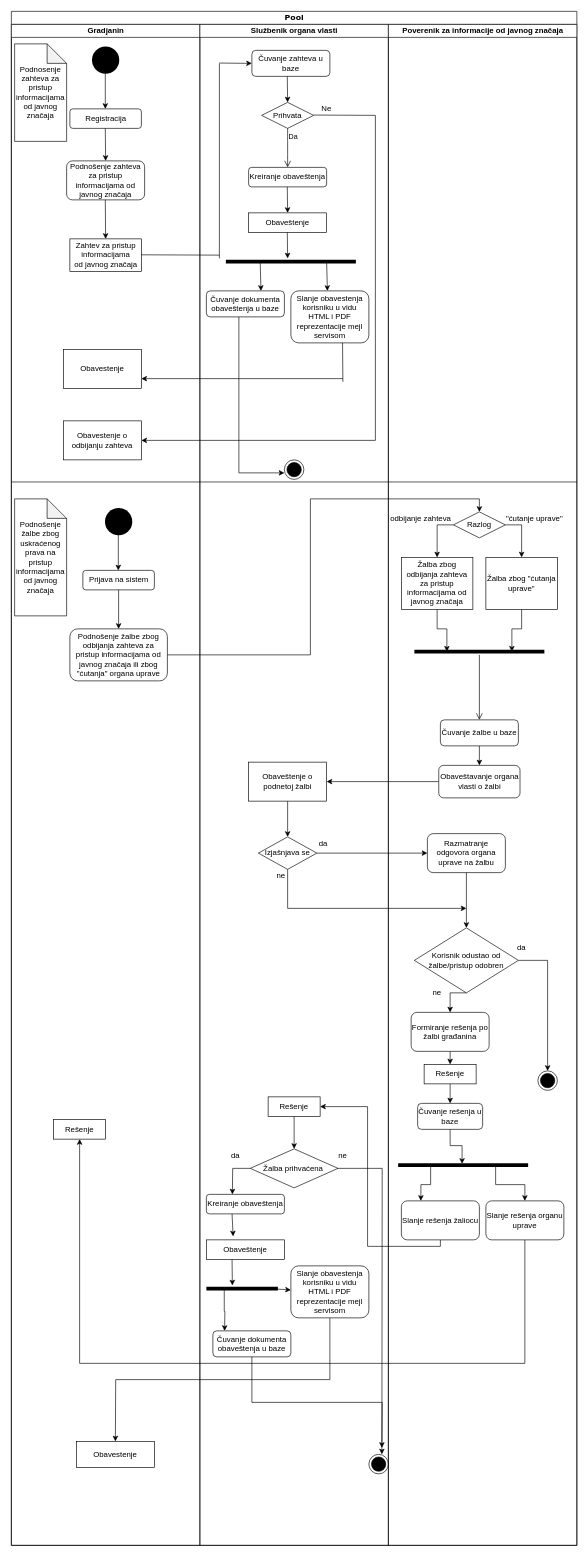
Above: Poslovni procesi/poslovni_procesi.drawio in vukovic98/xml_veb_servisi (draw.io), before the change. Source tidied: cells renumbered, new cells numbered last; positions are measured from the earlier drawing's top-left corner, leaving out a move shared by most shapes. Both pictures are drawn from the tidied source at 65%, with x=0, y=0 at pixel (11, 11).
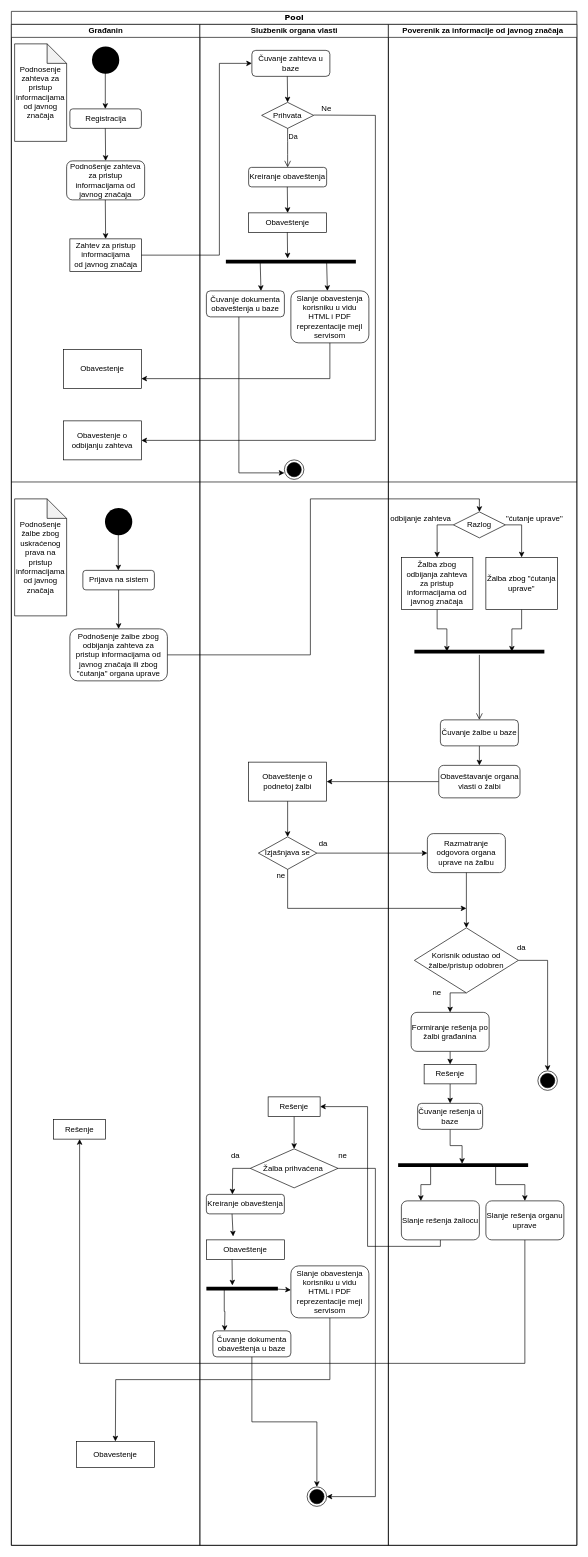
The same diagram, later.

Unchanged cells that the change refers to:
```xml
<mxCell id="2" value="Pool" style="swimlane;html=1;startSize=20;rounded=0;shadow=0;comic=0;labelBackgroundColor=none;strokeWidth=1;fontFamily=Verdana;fontSize=12;align=center;" parent="1" vertex="1">
  <mxGeometry width="870" height="2360" as="geometry" />
</mxCell>
<mxCell id="10" value="Zahtev za pristup &lt;br&gt;informacijama &lt;br&gt;od javnog značaja" style="html=1;rounded=0;strokeColor=#000000;" parent="3" vertex="1">
  <mxGeometry x="90" y="330" width="110" height="50" as="geometry" />
</mxCell>
<mxCell id="13" value="Obavestenje" style="rounded=0;whiteSpace=wrap;html=1;strokeColor=#000000;fillColor=#FFFFFF;" parent="3" vertex="1">
  <mxGeometry x="80" y="500" width="120" height="60" as="geometry" />
</mxCell>
<mxCell id="30" value="Službenik organa vlasti" style="swimlane;html=1;startSize=20;" parent="2" vertex="1">
  <mxGeometry x="290" y="20" width="290" height="2340" as="geometry" />
</mxCell>
<mxCell id="31" value="Čuvanje zahteva u baze" style="rounded=1;whiteSpace=wrap;html=1;strokeColor=#000000;" parent="30" vertex="1">
  <mxGeometry x="80" y="40" width="120" height="40" as="geometry" />
</mxCell>
<mxCell id="41" value="Slanje obavestenja korisniku u vidu HTML i PDF reprezentacije mejl servisom" style="rounded=1;whiteSpace=wrap;html=1;strokeColor=#000000;fillColor=#FFFFFF;" parent="30" vertex="1">
  <mxGeometry x="140" y="410" width="120" height="80" as="geometry" />
</mxCell>
<mxCell id="62" value="Žalba prihvaćena&amp;nbsp;" style="rhombus;whiteSpace=wrap;html=1;rounded=0;strokeColor=#000000;fillColor=#FFFFFF;" parent="30" vertex="1">
  <mxGeometry x="77.5" y="1730" width="135" height="60" as="geometry" />
</mxCell>
<mxCell id="72" value="Čuvanje dokumenta obaveštenja u baze" style="rounded=1;whiteSpace=wrap;html=1;strokeColor=#000000;fillColor=#FFFFFF;" parent="30" vertex="1">
  <mxGeometry x="20" y="2010" width="120" height="40" as="geometry" />
</mxCell>
<mxCell id="73" value="Poverenik za informacije od javnog značaja" style="swimlane;html=1;startSize=20;" parent="2" vertex="1">
  <mxGeometry x="580" y="20" width="290" height="2340" as="geometry" />
</mxCell>
```

The edit, as a diff of the source:
```diff
@@
-    <mxCell id="3" value="Gradjanin" style="swimlane;html=1;startSize=20;" parent="2" vertex="1">
+    <mxCell id="3" value="Građanin" style="swimlane;html=1;startSize=20;" parent="2" vertex="1">
       <mxGeometry y="20" width="290" height="2340" as="geometry" />
     </mxCell>
@@
-    <mxCell id="12" style="endArrow=none;html=1;" parent="3" edge="1">
-      <mxGeometry relative="1" as="geometry">
-        <mxPoint x="200" y="354.5" as="sourcePoint" />
-        <mxPoint x="320" y="355" as="targetPoint" />
-      </mxGeometry>
-    </mxCell>
@@
-    <mxCell id="32" style="endArrow=none;html=1;" parent="30" edge="1">
-      <mxGeometry relative="1" as="geometry">
-        <mxPoint x="30" y="360" as="sourcePoint" />
-        <mxPoint x="30" y="60" as="targetPoint" />
-      </mxGeometry>
-    </mxCell>
-    <mxCell id="33" style="endArrow=classic;html=1;" parent="30" edge="1">
-      <mxGeometry relative="1" as="geometry">
-        <mxPoint x="30" y="59.5" as="sourcePoint" />
-        <mxPoint x="80" y="60" as="targetPoint" />
-      </mxGeometry>
-    </mxCell>
@@
-    <mxCell id="46" style="endArrow=none;html=1;strokeColor=#000000;" parent="30" edge="1">
-      <mxGeometry relative="1" as="geometry">
-        <mxPoint x="220" y="550" as="sourcePoint" />
-        <mxPoint x="219.5" y="490" as="targetPoint" />
-      </mxGeometry>
-    </mxCell>
-    <mxCell id="47" style="endArrow=classic;html=1;strokeColor=#000000;entryX=1;entryY=0.75;entryDx=0;entryDy=0;" parent="30" edge="1" target="13">
-      <mxGeometry relative="1" as="geometry">
-        <mxPoint x="220" y="545" as="sourcePoint" />
-      </mxGeometry>
-    </mxCell>
@@
+    <mxCell id="107" style="ellipse;html=1;shape=endState;fillColor=#000000;rounded=0;" parent="30" vertex="1">
+      <mxGeometry x="165" y="2250" width="30" height="30" as="geometry" />
+    </mxCell>
+    <mxCell id="113" style="edgeStyle=orthogonalEdgeStyle;rounded=0;jettySize=auto;html=1;exitX=0.5;exitY=1;exitDx=0;exitDy=0;strokeColor=#000000;entryX=0.5;entryY=0;entryDx=0;entryDy=0;" parent="30" edge="1" source="72" target="107">
+      <mxGeometry relative="1" as="geometry" />
+    </mxCell>
+    <mxCell id="109" style="edgeStyle=orthogonalEdgeStyle;rounded=0;jettySize=auto;html=1;exitX=1;exitY=0.5;exitDx=0;exitDy=0;strokeColor=#000000;entryX=1;entryY=0.5;entryDx=0;entryDy=0;" parent="30" edge="1" source="62" target="107">
+      <mxGeometry relative="1" as="geometry">
+        <Array as="points">
+          <mxPoint x="270" y="1760" />
+          <mxPoint x="270" y="2265" />
+        </Array>
+      </mxGeometry>
+    </mxCell>
@@
-    <mxCell id="107" style="ellipse;html=1;shape=endState;fillColor=#000000;rounded=0;" parent="73" vertex="1">
-      <mxGeometry x="-30" y="2200" width="30" height="30" as="geometry" />
-    </mxCell>
+    <mxCell id="114" style="edgeStyle=orthogonalEdgeStyle;rounded=0;jettySize=auto;html=1;exitX=1;exitY=0.5;exitDx=0;exitDy=0;entryX=0;entryY=0.5;entryDx=0;entryDy=0;" parent="2" edge="1" source="10" target="31">
+      <mxGeometry relative="1" as="geometry">
+        <Array as="points">
+          <mxPoint x="320" y="375" />
+          <mxPoint x="320" y="80" />
+        </Array>
+      </mxGeometry>
+    </mxCell>
+    <mxCell id="115" style="edgeStyle=orthogonalEdgeStyle;rounded=0;jettySize=auto;html=1;exitX=0.5;exitY=1;exitDx=0;exitDy=0;entryX=1;entryY=0.75;entryDx=0;entryDy=0;" parent="2" edge="1" source="41" target="13">
+      <mxGeometry relative="1" as="geometry" />
+    </mxCell>
@@
-    <mxCell id="109" style="edgeStyle=orthogonalEdgeStyle;rounded=0;jettySize=auto;html=1;exitX=1;exitY=0.5;exitDx=0;exitDy=0;strokeColor=#000000;" parent="1" edge="1" source="62">
-      <mxGeometry relative="1" as="geometry">
-        <mxPoint x="570" y="2220" as="targetPoint" />
-      </mxGeometry>
-    </mxCell>
@@
-    <mxCell id="113" style="edgeStyle=orthogonalEdgeStyle;rounded=0;jettySize=auto;html=1;exitX=0.5;exitY=1;exitDx=0;exitDy=0;strokeColor=#000000;" parent="1" edge="1" source="72">
-      <mxGeometry relative="1" as="geometry">
-        <mxPoint x="570" y="2210" as="targetPoint" />
-      </mxGeometry>
-    </mxCell>
```
